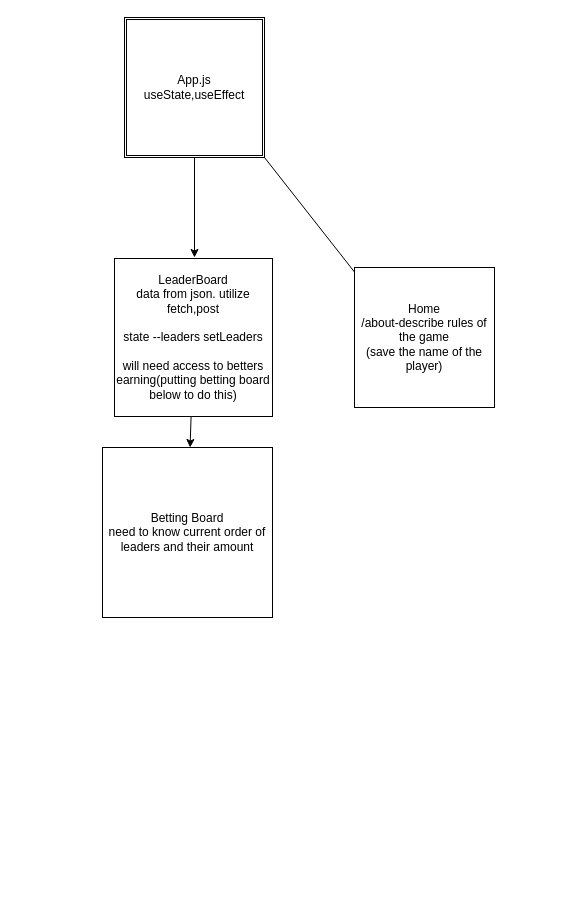
Nikan619/Project2 keeps this draw.io diagram as public/*.drawio. Above is the earlier version. Source tidied: cells renumbered, new cells numbered last; positions are measured from the earlier drawing's top-left corner, leaving out a move shared by most shapes. Both pictures are drawn from the tidied source at 100%, with x=0, y=0 at pixel (102, 17).
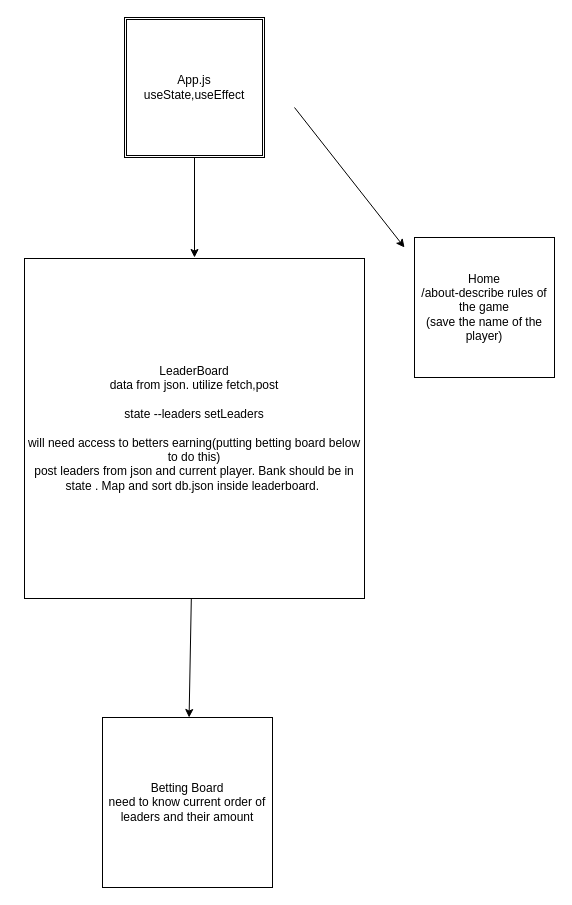
Above is the later version.

The edit, as a diff of the source:
```diff
@@
 <mxGraphModel>
   <root>
     <mxCell id="0" />
     <mxCell id="1" parent="0" />
     <mxCell id="2" value="App.js&lt;br&gt;useState,useEffect&lt;br&gt;" style="shape=ext;double=1;whiteSpace=wrap;html=1;" parent="1" vertex="1">
       <mxGeometry x="22" width="140" height="140" as="geometry" />
     </mxCell>
     <mxCell id="3" style="endArrow=classic;html=1;" parent="1" edge="1">
       <mxGeometry relative="1" as="geometry">
-        <mxPoint x="162" y="140" as="sourcePoint" />
-        <mxPoint x="272" y="280" as="targetPoint" />
+        <mxPoint x="192" y="90" as="sourcePoint" />
+        <mxPoint x="302" y="230" as="targetPoint" />
       </mxGeometry>
     </mxCell>
     <mxCell id="4" style="endArrow=classic;html=1;exitX=0.5;exitY=1;exitDx=0;exitDy=0;" parent="1" edge="1" source="2">
       <mxGeometry relative="1" as="geometry">
         <mxPoint x="92" y="240" as="targetPoint" />
       </mxGeometry>
     </mxCell>
     <mxCell id="5" style="edgeStyle=none;html=1;exitX=0;exitY=0;exitDx=0;exitDy=0;" parent="1" edge="1" source="7">
       <mxGeometry relative="1" as="geometry">
         <mxPoint x="53.4" y="272.9" as="targetPoint" />
       </mxGeometry>
     </mxCell>
     <mxCell id="6" style="edgeStyle=none;html=1;" parent="1" edge="1" source="7">
       <mxGeometry relative="1" as="geometry">
         <mxPoint x="52" y="340" as="targetPoint" />
       </mxGeometry>
     </mxCell>
-    <mxCell id="7" value="LeaderBoard&lt;br&gt;data from json. utilize fetch,post&lt;br&gt;&lt;br&gt;state --leaders setLeaders&lt;br&gt;&lt;br&gt;will need access to betters earning(putting betting board below to do this)" style="whiteSpace=wrap;html=1;" parent="1" vertex="1">
-      <mxGeometry x="12" y="241" width="158" height="158" as="geometry" />
+    <mxCell id="7" value="LeaderBoard&lt;br&gt;data from json. utilize fetch,post&lt;br&gt;&lt;br&gt;state --leaders setLeaders&lt;br&gt;&lt;br&gt;will need access to betters earning(putting betting board below to do this)&lt;br&gt;post leaders from json and current player. Bank should be in state . Map and sort db.json inside leaderboard.&amp;nbsp;" style="whiteSpace=wrap;html=1;" parent="1" vertex="1">
+      <mxGeometry x="-78" y="241" width="340" height="340" as="geometry" />
     </mxCell>
     <mxCell id="8" value="Home&lt;br&gt;/about-describe rules of the game&lt;br&gt;(save the name of the player)" style="whiteSpace=wrap;html=1;" parent="1" vertex="1">
-      <mxGeometry x="252" y="250" width="140" height="140" as="geometry" />
+      <mxGeometry x="312" y="220" width="140" height="140" as="geometry" />
     </mxCell>
     <mxCell id="9" style="endArrow=classic;html=1;" parent="1" edge="1" source="7" target="10">
       <mxGeometry relative="1" as="geometry" />
     </mxCell>
     <mxCell id="10" value="Betting Board&lt;br&gt;need to know current order of leaders and their amount" style="whiteSpace=wrap;html=1;" parent="1" vertex="1">
-      <mxGeometry y="430" width="170" height="170" as="geometry" />
+      <mxGeometry y="700" width="170" height="170" as="geometry" />
     </mxCell>
   </root>
 </mxGraphModel>
```
